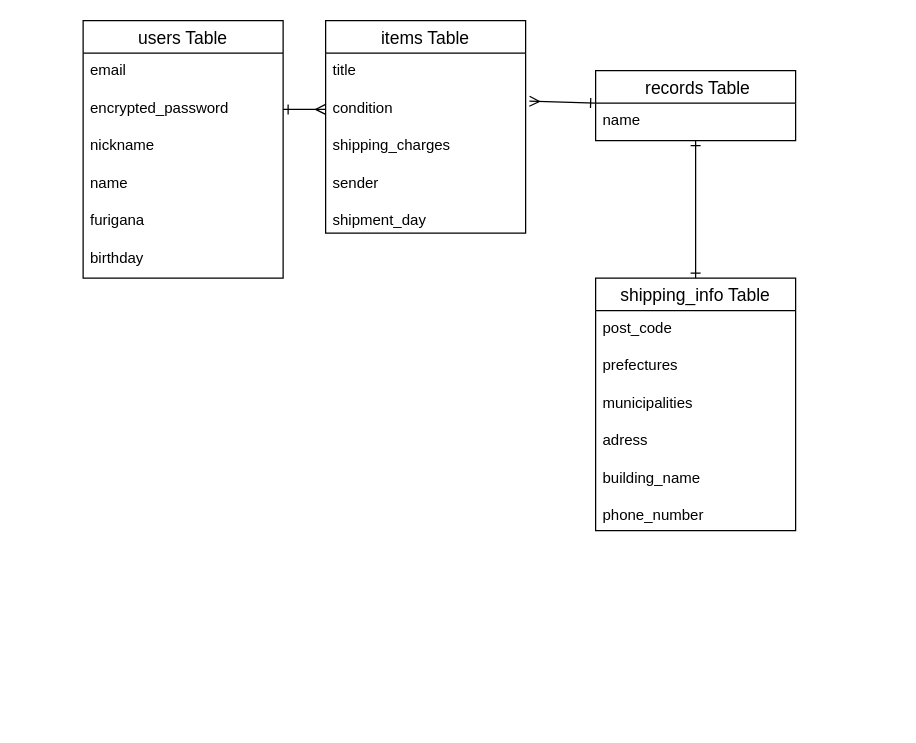
Before: test.dio in swift080687/furima-38016, a draw.io diagram. Source tidied: cells renumbered, new cells numbered last; positions are measured from the earlier drawing's top-left corner, leaving out a move shared by most shapes. Both pictures are drawn from the tidied source at 125%, with x=0, y=0 at pixel (82, 20).
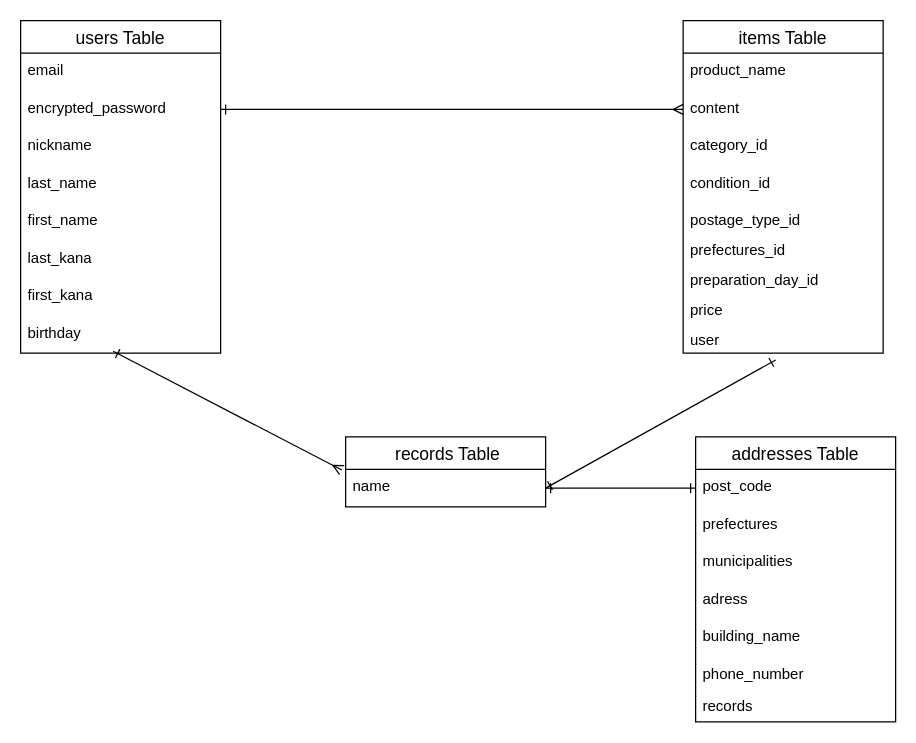
After the change.

Commit message (it also covers changes not shown here):
データベース設計_修正

Unchanged cells that the change refers to:
```xml
<mxCell id="19" value="post_code" style="text;strokeColor=none;fillColor=none;spacingLeft=4;spacingRight=4;overflow=hidden;points=[[0,0.5],[1,0.5]];portConstraint=eastwest;fontSize=12;" parent="18" vertex="1">
  <mxGeometry y="26" width="160" height="30" as="geometry" />
</mxCell>
```

Change to the diagram source:
```diff
@@
     <mxCell id="2" value="users Table" style="swimlane;fontStyle=0;horizontal=1;startSize=26;align=center;fontSize=14;" parent="1" vertex="1">
-      <mxGeometry width="160" height="206" as="geometry" />
+      <mxGeometry x="-50" width="160" height="266" as="geometry" />
     </mxCell>
@@
-    <mxCell id="6" value="name" style="text;strokeColor=none;fillColor=none;spacingLeft=4;spacingRight=4;overflow=hidden;fontSize=12;" parent="2" vertex="1">
+    <mxCell id="6" value="last_name" style="text;strokeColor=none;fillColor=none;spacingLeft=4;spacingRight=4;overflow=hidden;fontSize=12;" parent="2" vertex="1">
       <mxGeometry y="116" width="160" height="30" as="geometry" />
     </mxCell>
-    <mxCell id="7" value="furigana" style="text;strokeColor=none;fillColor=none;spacingLeft=4;spacingRight=4;overflow=hidden;fontSize=12;" parent="2" vertex="1">
-      <mxGeometry y="146" width="160" height="30" as="geometry" />
-    </mxCell>
+    <mxCell id="27" value="first_name" style="text;strokeColor=none;fillColor=none;spacingLeft=4;spacingRight=4;overflow=hidden;fontSize=12;" parent="2" vertex="1">
+      <mxGeometry y="146" width="160" height="30" as="geometry" />
+    </mxCell>
+    <mxCell id="28" value="last_kana" style="text;strokeColor=none;fillColor=none;spacingLeft=4;spacingRight=4;overflow=hidden;fontSize=12;" parent="2" vertex="1">
+      <mxGeometry y="176" width="160" height="30" as="geometry" />
+    </mxCell>
+    <mxCell id="29" value="first_kana" style="text;strokeColor=none;fillColor=none;spacingLeft=4;spacingRight=4;overflow=hidden;fontSize=12;" parent="2" vertex="1">
+      <mxGeometry y="206" width="160" height="30" as="geometry" />
+    </mxCell>
     <mxCell id="8" value="birthday" style="text;strokeColor=none;fillColor=none;spacingLeft=4;spacingRight=4;overflow=hidden;points=[[0,0.5],[1,0.5]];portConstraint=eastwest;fontSize=12;" parent="2" vertex="1">
-      <mxGeometry y="176" width="160" height="30" as="geometry" />
+      <mxGeometry y="236" width="160" height="30" as="geometry" />
     </mxCell>
     <mxCell id="9" value=" records Table" style="swimlane;fontStyle=0;horizontal=1;startSize=26;align=center;fontSize=14;" parent="1" vertex="1">
-      <mxGeometry x="410" y="40" width="160" height="56" as="geometry" />
+      <mxGeometry x="210" y="333" width="160" height="56" as="geometry" />
     </mxCell>
-    <mxCell id="10" value="name" style="text;strokeColor=none;fillColor=none;spacingLeft=4;spacingRight=4;overflow=hidden;points=[[0,0.5],[1,0.5]];portConstraint=eastwest;fontSize=12;" parent="9" vertex="1">
-      <mxGeometry y="26" width="160" height="30" as="geometry" />
-    </mxCell>
     <mxCell id="11" value="items Table" style="swimlane;fontStyle=0;horizontal=1;startSize=26;align=center;fontSize=14;" parent="1" vertex="1">
-      <mxGeometry x="194" width="160" height="170" as="geometry" />
+      <mxGeometry x="480" width="160" height="266" as="geometry" />
     </mxCell>
-    <mxCell id="12" value="title" style="text;strokeColor=none;fillColor=none;spacingLeft=4;spacingRight=4;overflow=hidden;fontSize=12;" parent="11" vertex="1">
+    <mxCell id="12" value="product_name" style="text;strokeColor=none;fillColor=none;spacingLeft=4;spacingRight=4;overflow=hidden;fontSize=12;" parent="11" vertex="1">
       <mxGeometry y="26" width="160" height="30" as="geometry" />
     </mxCell>
-    <mxCell id="13" value="condition" style="text;strokeColor=none;fillColor=none;spacingLeft=4;spacingRight=4;overflow=hidden;points=[[0,0.5],[1,0.5]];portConstraint=eastwest;fontSize=12;" parent="11" vertex="1">
+    <mxCell id="13" value="content" style="text;strokeColor=none;fillColor=none;spacingLeft=4;spacingRight=4;overflow=hidden;points=[[0,0.5],[1,0.5]];portConstraint=eastwest;fontSize=12;" parent="11" vertex="1">
       <mxGeometry y="56" width="160" height="30" as="geometry" />
     </mxCell>
-    <mxCell id="14" value="shipping_charges" style="text;strokeColor=none;fillColor=none;spacingLeft=4;spacingRight=4;overflow=hidden;fontSize=12;" parent="11" vertex="1">
+    <mxCell id="14" value="category_id" style="text;strokeColor=none;fillColor=none;spacingLeft=4;spacingRight=4;overflow=hidden;fontSize=12;" parent="11" vertex="1">
       <mxGeometry y="86" width="160" height="30" as="geometry" />
     </mxCell>
-    <mxCell id="15" value="sender" style="text;strokeColor=none;fillColor=none;spacingLeft=4;spacingRight=4;overflow=hidden;fontSize=12;" parent="11" vertex="1">
+    <mxCell id="15" value="condition_id" style="text;strokeColor=none;fillColor=none;spacingLeft=4;spacingRight=4;overflow=hidden;fontSize=12;" parent="11" vertex="1">
       <mxGeometry y="116" width="160" height="30" as="geometry" />
     </mxCell>
-    <mxCell id="16" value="shipment_day" style="text;strokeColor=none;fillColor=none;spacingLeft=4;spacingRight=4;overflow=hidden;fontSize=12;" parent="11" vertex="1">
+    <mxCell id="16" value="postage_type_id" style="text;strokeColor=none;fillColor=none;spacingLeft=4;spacingRight=4;overflow=hidden;fontSize=12;" parent="11" vertex="1">
       <mxGeometry y="146" width="160" height="24" as="geometry" />
     </mxCell>
+    <mxCell id="30" value="prefectures_id" style="text;strokeColor=none;fillColor=none;spacingLeft=4;spacingRight=4;overflow=hidden;fontSize=12;" parent="11" vertex="1">
+      <mxGeometry y="170" width="160" height="24" as="geometry" />
+    </mxCell>
+    <mxCell id="31" value="preparation_day_id" style="text;strokeColor=none;fillColor=none;spacingLeft=4;spacingRight=4;overflow=hidden;fontSize=12;" parent="11" vertex="1">
+      <mxGeometry y="194" width="160" height="24" as="geometry" />
+    </mxCell>
+    <mxCell id="32" value="price" style="text;strokeColor=none;fillColor=none;spacingLeft=4;spacingRight=4;overflow=hidden;fontSize=12;" parent="11" vertex="1">
+      <mxGeometry y="218" width="160" height="24" as="geometry" />
+    </mxCell>
+    <mxCell id="33" value="user" style="text;strokeColor=none;fillColor=none;spacingLeft=4;spacingRight=4;overflow=hidden;points=[[0,0.5],[1,0.5]];portConstraint=eastwest;fontSize=12;" parent="11" vertex="1">
+      <mxGeometry y="242" width="160" height="24" as="geometry" />
+    </mxCell>
-    <mxCell id="17" style="edgeStyle=none;html=1;exitX=0.5;exitY=0;exitDx=0;exitDy=0;startArrow=ERone;startFill=0;endArrow=ERone;endFill=0;" parent="1" edge="1" source="18" target="10">
+    <mxCell id="17" style="edgeStyle=none;html=1;startArrow=ERone;startFill=0;endArrow=ERone;endFill=0;" parent="1" edge="1" source="19" target="10">
       <mxGeometry relative="1" as="geometry" />
     </mxCell>
-    <mxCell id="18" value="shipping_info Table" style="swimlane;fontStyle=0;horizontal=1;startSize=26;align=center;fontSize=14;" parent="1" vertex="1">
-      <mxGeometry x="410" y="206" width="160" height="202" as="geometry" />
+    <mxCell id="18" value="addresses Table" style="swimlane;fontStyle=0;horizontal=1;startSize=26;align=center;fontSize=14;" parent="1" vertex="1">
+      <mxGeometry x="490" y="333" width="160" height="228" as="geometry" />
     </mxCell>
@@
+    <mxCell id="34" value="records" style="text;strokeColor=none;fillColor=none;spacingLeft=4;spacingRight=4;overflow=hidden;fontSize=12;" parent="18" vertex="1">
+      <mxGeometry y="202" width="160" height="26" as="geometry" />
+    </mxCell>
@@
-    <mxCell id="26" style="edgeStyle=none;html=1;exitX=0;exitY=0;exitDx=0;exitDy=0;entryX=1.019;entryY=0.283;entryDx=0;entryDy=0;startArrow=ERone;startFill=0;endArrow=ERmany;endFill=0;exitPerimeter=0;entryPerimeter=0;" parent="1" edge="1" source="10" target="13">
+    <mxCell id="26" style="edgeStyle=none;html=1;entryX=0.463;entryY=1.229;entryDx=0;entryDy=0;startArrow=ERone;startFill=0;endArrow=ERone;endFill=0;entryPerimeter=0;exitX=1;exitY=0.5;exitDx=0;exitDy=0;" parent="1" edge="1" source="10" target="33">
       <mxGeometry relative="1" as="geometry" />
     </mxCell>
+    <mxCell id="10" value="name" style="text;strokeColor=none;fillColor=none;spacingLeft=4;spacingRight=4;overflow=hidden;points=[[0,0.5],[1,0.5]];portConstraint=eastwest;fontSize=12;" parent="1" vertex="1">
+      <mxGeometry x="210" y="359" width="160" height="30" as="geometry" />
+    </mxCell>
+    <mxCell id="35" style="edgeStyle=none;html=1;entryX=0.463;entryY=0.95;entryDx=0;entryDy=0;startArrow=ERmany;startFill=0;endArrow=ERone;endFill=0;entryPerimeter=0;exitX=-0.019;exitY=0.017;exitDx=0;exitDy=0;exitPerimeter=0;" parent="1" edge="1" source="10" target="8">
+      <mxGeometry relative="1" as="geometry" />
+    </mxCell>
```
